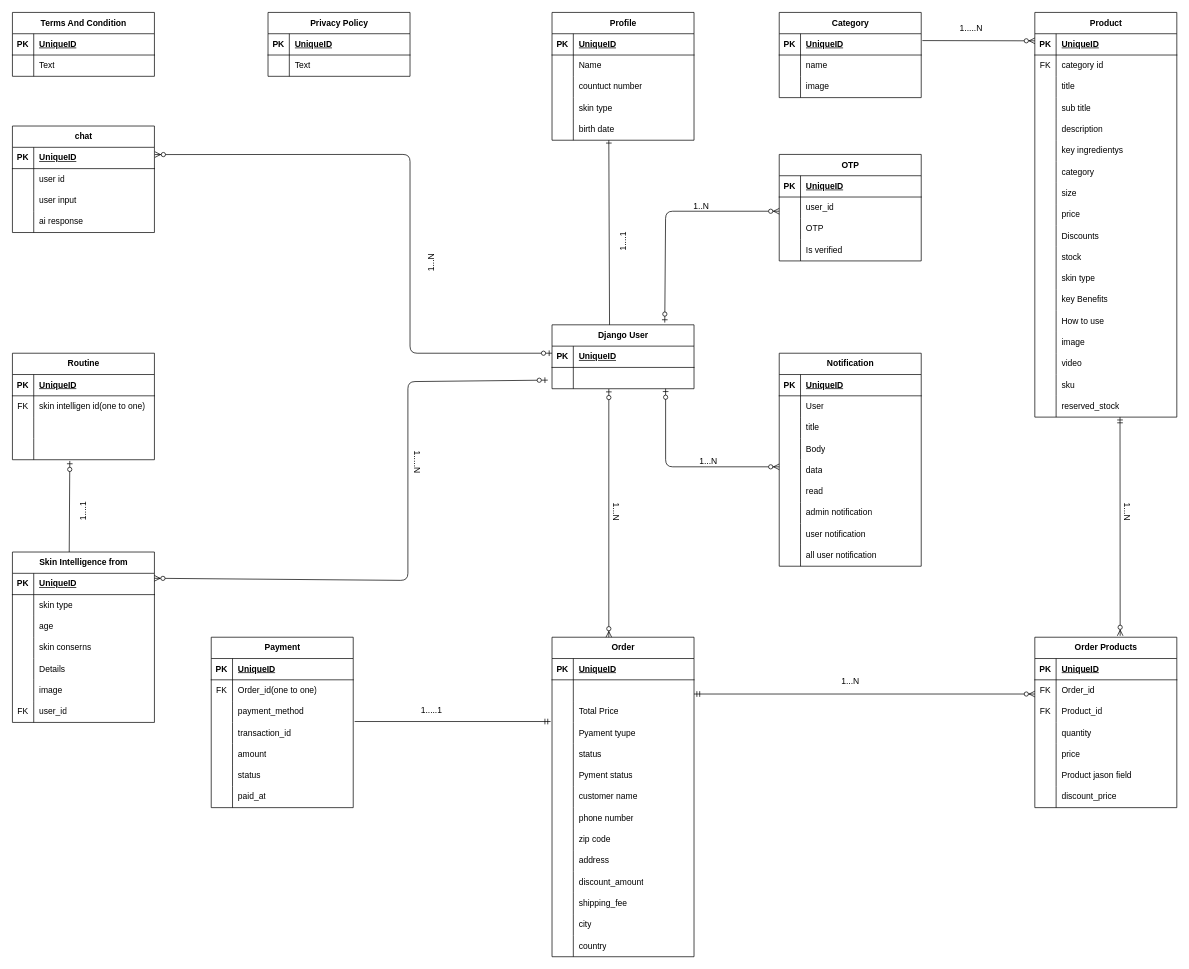
Above: entity_diagram.drawio in ROBOT-RIAD/FaceCare (draw.io), before the change. Source tidied: cells renumbered, new cells numbered last; positions are measured from the earlier drawing's top-left corner, leaving out a move shared by most shapes. Both pictures are drawn from the tidied source at 71%, with x=0, y=0 at pixel (12, 12).
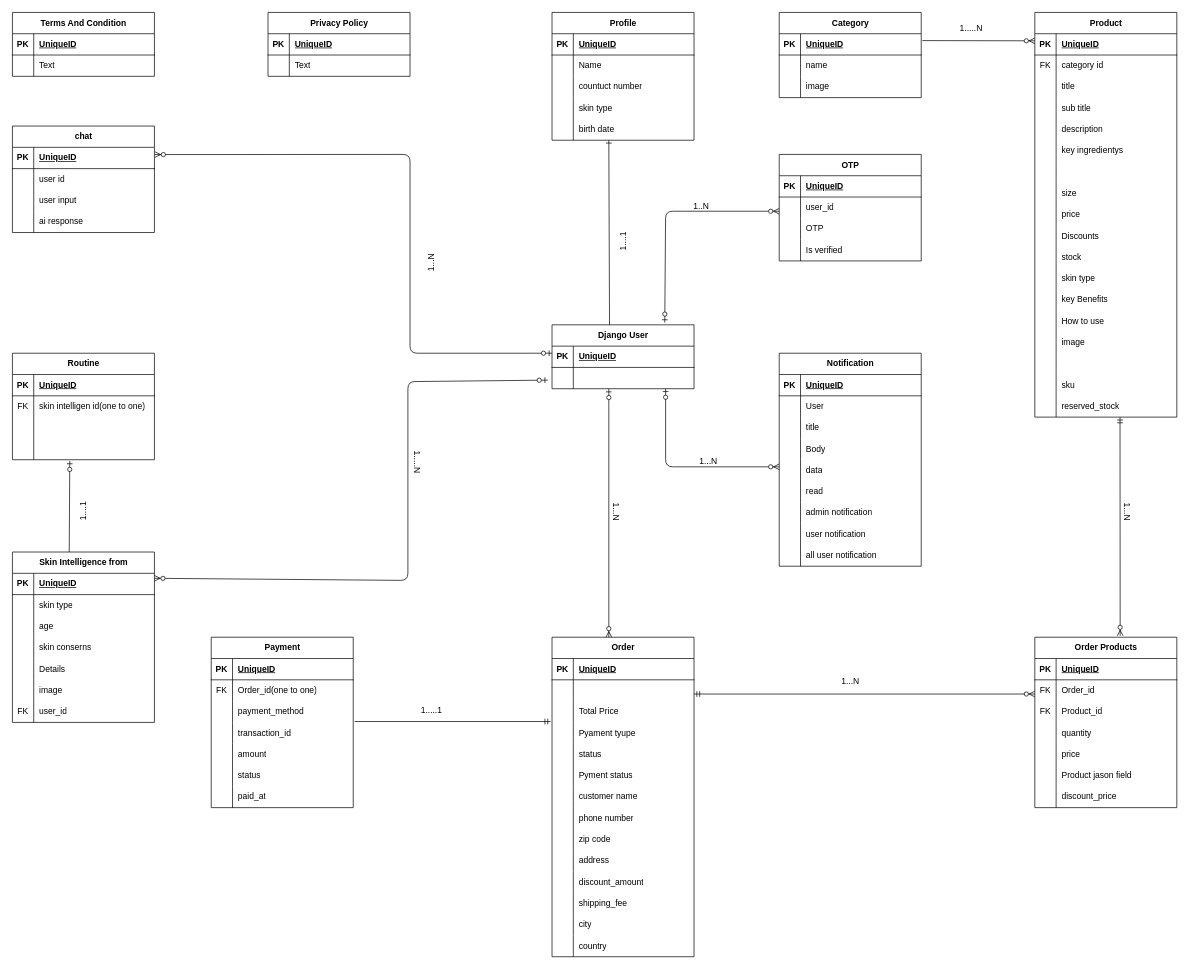
Above is the later version.

Unchanged cells that the change refers to:
```xml
<mxCell id="56" style="shape=tableRow;horizontal=0;startSize=0;swimlaneHead=0;swimlaneBody=0;fillColor=none;top=0;left=0;right=0;bottom=0;" parent="37" vertex="1">
  <mxGeometry y="210" width="200" height="30" as="geometry" />
</mxCell>
<mxCell id="83" style="shape=tableRow;horizontal=0;startSize=0;swimlaneHead=0;swimlaneBody=0;fillColor=none;top=0;left=0;right=0;bottom=0;" parent="37" vertex="1">
  <mxGeometry y="480" width="200" height="30" as="geometry" />
</mxCell>
```

The edit, as a diff of the source:
```diff
@@
-    <mxCell id="58" value="category" style="shape=partialRectangle;fillColor=none;top=0;left=0;bottom=0;right=0;align=left;spacingLeft=6;overflow=hidden;whiteSpace=wrap;html=1;" parent="56" vertex="1">
+    <mxCell id="58" style="shape=partialRectangle;fillColor=none;top=0;left=0;bottom=0;right=0;align=left;spacingLeft=6;overflow=hidden;whiteSpace=wrap;html=1;" parent="56" vertex="1">
       <mxGeometry x="30" width="170" height="30" as="geometry" />
     </mxCell>
@@
-    <mxCell id="85" value="video" style="shape=partialRectangle;fillColor=none;top=0;left=0;bottom=0;right=0;align=left;spacingLeft=6;overflow=hidden;whiteSpace=wrap;html=1;" parent="83" vertex="1">
+    <mxCell id="85" style="shape=partialRectangle;fillColor=none;top=0;left=0;bottom=0;right=0;align=left;spacingLeft=6;overflow=hidden;whiteSpace=wrap;html=1;" parent="83" vertex="1">
       <mxGeometry x="30" width="170" height="30" as="geometry" />
     </mxCell>
```
